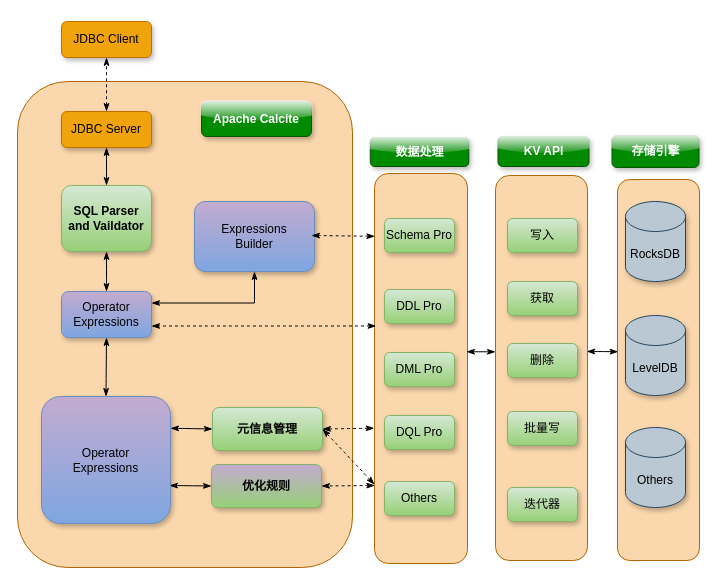
The draw.io diagram master/Untitled Diagram.drawio in arlottang/tdh_bit, before the edit. Source tidied: cells renumbered, new cells numbered last; positions are measured from the earlier drawing's top-left corner, leaving out a move shared by most shapes. Both pictures are drawn from the tidied source at 100%, with x=0, y=0 at pixel (17, 21).
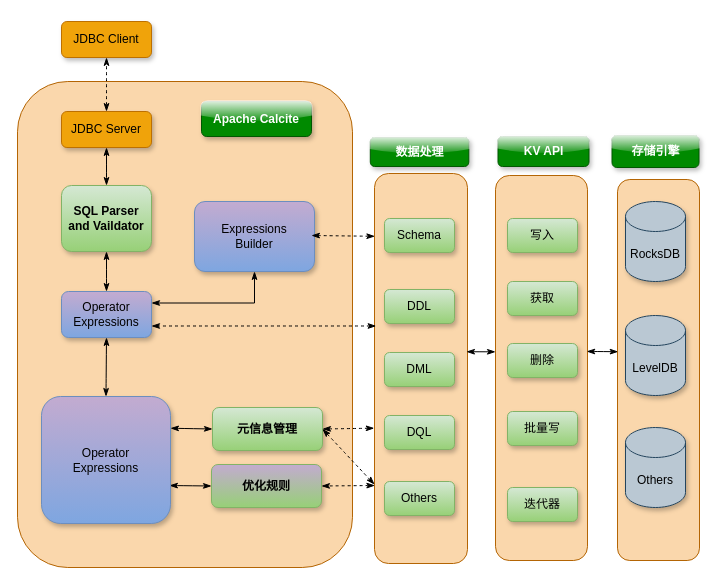
The same page after the edit.

The edit, as a diff of the source:
```diff
@@
-    <mxCell id="33" value="Schema Pro" style="rounded=1;whiteSpace=wrap;html=1;shadow=1;glass=0;hachureGap=4;strokeWidth=1;fillColor=#d5e8d4;strokeColor=#82b366;gradientColor=#97d077;" parent="1" vertex="1">
+    <mxCell id="33" value="Schema" style="rounded=1;whiteSpace=wrap;html=1;shadow=1;glass=0;hachureGap=4;strokeWidth=1;fillColor=#d5e8d4;strokeColor=#82b366;gradientColor=#97d077;" parent="1" vertex="1">
       <mxGeometry x="367" y="197" width="70" height="34" as="geometry" />
     </mxCell>
-    <mxCell id="34" value="DDL Pro" style="rounded=1;whiteSpace=wrap;html=1;shadow=1;glass=0;hachureGap=4;strokeWidth=1;fillColor=#d5e8d4;gradientColor=#97d077;strokeColor=#82b366;" parent="1" vertex="1">
+    <mxCell id="34" value="DDL" style="rounded=1;whiteSpace=wrap;html=1;shadow=1;glass=0;hachureGap=4;strokeWidth=1;fillColor=#d5e8d4;gradientColor=#97d077;strokeColor=#82b366;" parent="1" vertex="1">
       <mxGeometry x="367" y="268" width="70" height="34" as="geometry" />
     </mxCell>
-    <mxCell id="35" value="DML Pro" style="rounded=1;whiteSpace=wrap;html=1;shadow=1;glass=0;hachureGap=4;strokeWidth=1;fillColor=#d5e8d4;gradientColor=#97d077;strokeColor=#82b366;" parent="1" vertex="1">
+    <mxCell id="35" value="DML" style="rounded=1;whiteSpace=wrap;html=1;shadow=1;glass=0;hachureGap=4;strokeWidth=1;fillColor=#d5e8d4;gradientColor=#97d077;strokeColor=#82b366;" parent="1" vertex="1">
       <mxGeometry x="367" y="331" width="70" height="34" as="geometry" />
     </mxCell>
-    <mxCell id="36" value="DQL Pro" style="rounded=1;whiteSpace=wrap;html=1;shadow=1;glass=0;hachureGap=4;strokeWidth=1;fillColor=#d5e8d4;gradientColor=#97d077;strokeColor=#82b366;" parent="1" vertex="1">
+    <mxCell id="36" value="DQL" style="rounded=1;whiteSpace=wrap;html=1;shadow=1;glass=0;hachureGap=4;strokeWidth=1;fillColor=#d5e8d4;gradientColor=#97d077;strokeColor=#82b366;" parent="1" vertex="1">
       <mxGeometry x="367" y="394" width="70" height="34" as="geometry" />
     </mxCell>
```
